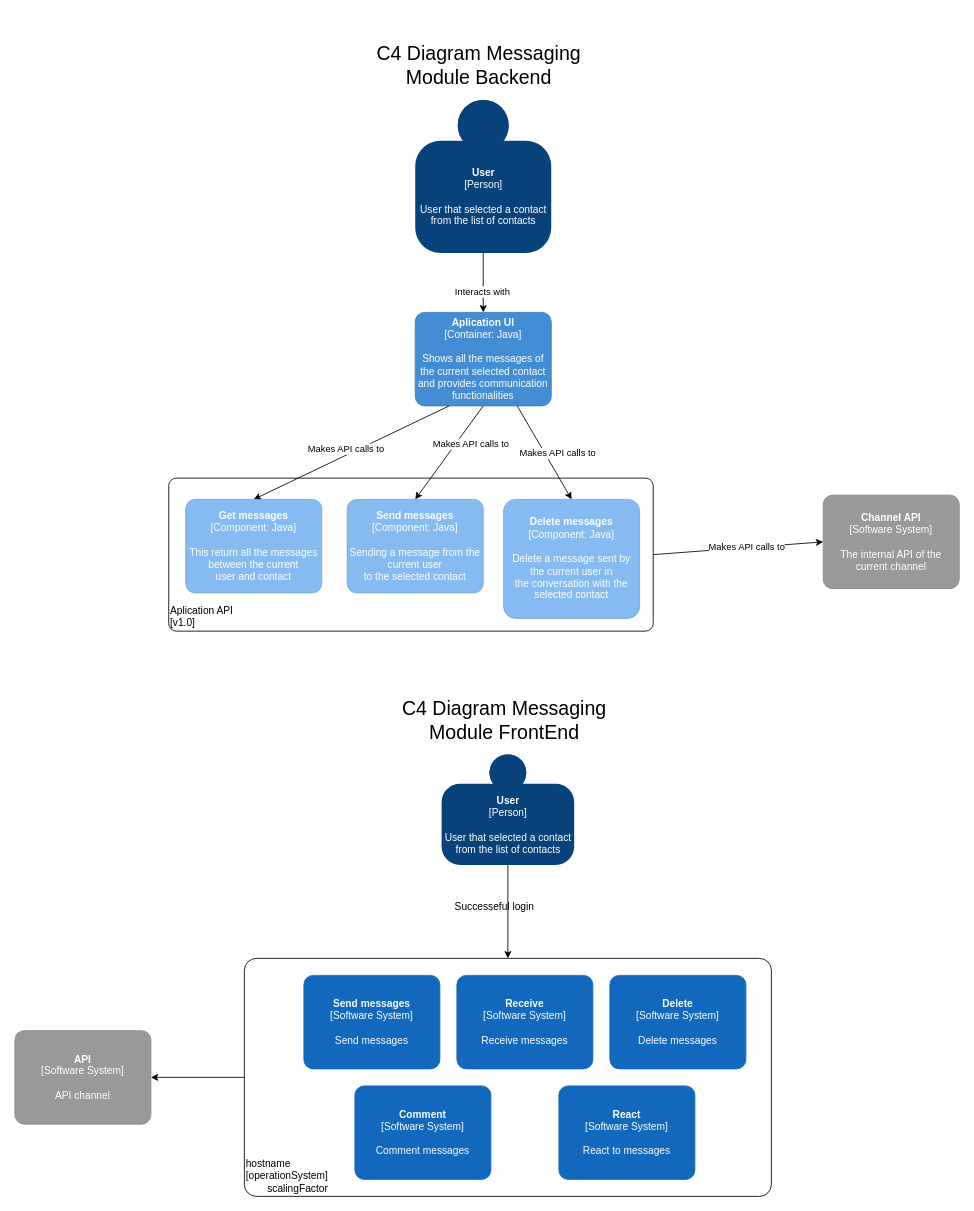
HristeaIonut/Morse-Diagrams keeps this draw.io diagram as page "Send Message Module" (3 of 4) of Diagrama_Finala_IP.drawio. Above is the earlier version. Source tidied: cells renumbered, new cells numbered last; positions are measured from the earlier drawing's top-left corner, leaving out a move shared by most shapes. Both pictures are drawn from the tidied source at 85%, with x=0, y=0 at pixel (14, 14).
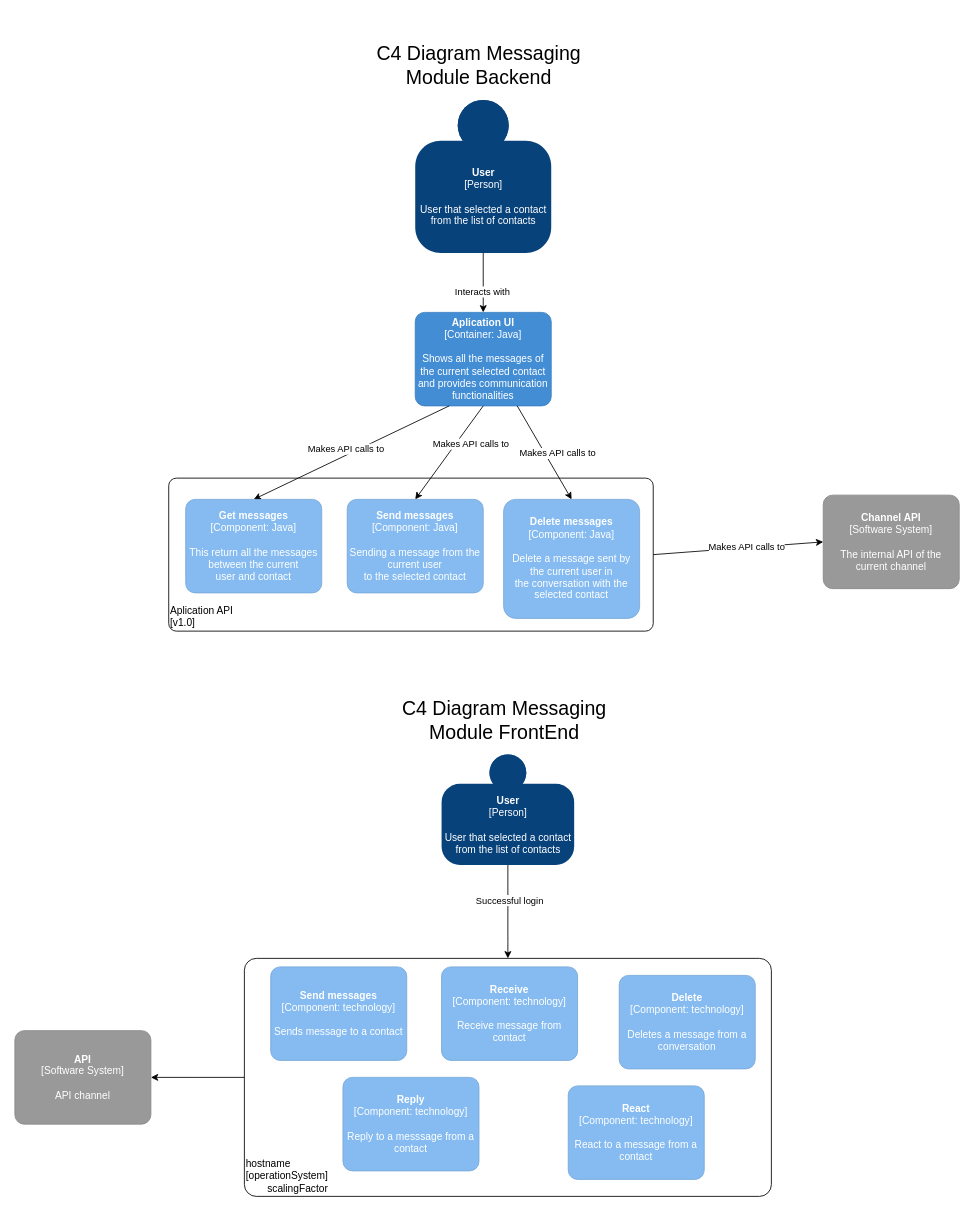
Above is the later version.

Unchanged cells that the change refers to:
```xml
<object id="22" label="&lt;b&gt;%c4Name%&lt;/b&gt;&lt;div&gt;[%c4Type%]&lt;/div&gt;&lt;br&gt;&lt;div&gt;%c4Description%&lt;/div&gt;" c4Description="User that selected a contact &#10;from the list of contacts" c4Name="User" c4Type="Person" placeholders="1">
  <mxCell style="html=1;dashed=0;whitespace=wrap;fillColor=#08427b;strokeColor=none;fontColor=#ffffff;shape=mxgraph.c4.person;align=center;points=[[0.5,0,0],[1,0.5,0],[1,0.75,0],[0.75,1,0],[0.5,1,0],[0.25,1,0],[0,0.75,0],[0,0.5,0]];metaData={&quot;c4Type&quot;:{&quot;editable&quot;:false}};" parent="1" vertex="1">
    <mxGeometry x="502" y="870" width="156" height="130" as="geometry" />
  </mxCell>
</object>
<object id="25" label="&lt;div style=&quot;text-align: left&quot;&gt;%c4Name%&lt;/div&gt;&lt;div style=&quot;text-align: left&quot;&gt;[%c4OperationSystem%]&lt;/div&gt;&lt;div style=&quot;text-align: right&quot;&gt;%c4ScalingFactor%&lt;/div&gt;" c4Name="hostname" c4OperationSystem="operationSystem" c4ScalingFactor="scalingFactor" placeholders="1">
  <mxCell style="rounded=1;whiteSpace=wrap;html=1;labelBackgroundColor=none;fillColor=#ffffff;fontColor=#000000;align=left;arcSize=5;strokeColor=#000000;verticalAlign=bottom;metaData={&quot;c4Type&quot;:{&quot;editable&quot;:false}};points=[[0.25,0,0],[0.5,0,0],[0.75,0,0],[1,0.25,0],[1,0.5,0],[1,0.75,0],[0.75,1,0],[0.5,1,0],[0.25,1,0],[0,0.75,0],[0,0.5,0],[0,0.25,0]];" parent="1" vertex="1">
    <mxGeometry x="270" y="1110" width="620" height="280" as="geometry" />
  </mxCell>
</object>
```

What changed in the source:
```diff
@@
     <mxCell id="21" style="edgeStyle=orthogonalEdgeStyle;rounded=0;jettySize=auto;html=1;" parent="1" edge="1" source="22" target="25">
-      <mxGeometry relative="1" as="geometry" />
+      <mxGeometry relative="1" as="geometry">
+        <Array as="points">
+          <mxPoint x="580" y="1090" />
+          <mxPoint x="580" y="1090" />
+        </Array>
+      </mxGeometry>
     </mxCell>
+    <mxCell id="32" value="Successful login" style="edgeLabel;html=1;align=center;verticalAlign=middle;" parent="21" vertex="1">
+      <mxGeometry x="-0.25" y="1" relative="1" as="geometry" />
+    </mxCell>
@@
-    <mxCell id="23" value="Successeful login" style="text;html=1;align=center;verticalAlign=middle;" parent="1" vertex="1">
-      <mxGeometry x="509" y="1040" width="110" height="20" as="geometry" />
-    </mxCell>
@@
-    <object id="26" label="&lt;b&gt;%c4Name%&lt;/b&gt;&lt;div&gt;[%c4Type%]&lt;/div&gt;&lt;br&gt;&lt;div&gt;%c4Description%&lt;/div&gt;" c4Description="Send messages" c4Name="Send messages" c4Type="Software System" placeholders="1">
-      <mxCell style="rounded=1;whiteSpace=wrap;html=1;labelBackgroundColor=none;fillColor=#1168BD;fontColor=#ffffff;align=center;arcSize=10;strokeColor=#1168BD;metaData={&quot;c4Type&quot;:{&quot;editable&quot;:false}};" parent="1" vertex="1">
-        <mxGeometry x="340" y="1130" width="160" height="110" as="geometry" />
-      </mxCell>
-    </object>
-    <object id="27" label="&lt;b&gt;%c4Name%&lt;/b&gt;&lt;div&gt;[%c4Type%]&lt;/div&gt;&lt;br&gt;&lt;div&gt;%c4Description%&lt;/div&gt;" c4Description="Receive messages" c4Name="Receive" c4Type="Software System" placeholders="1">
-      <mxCell style="rounded=1;whiteSpace=wrap;html=1;labelBackgroundColor=none;fillColor=#1168BD;fontColor=#ffffff;align=center;arcSize=10;strokeColor=#1168BD;metaData={&quot;c4Type&quot;:{&quot;editable&quot;:false}};" parent="1" vertex="1">
-        <mxGeometry x="520" y="1130" width="160" height="110" as="geometry" />
-      </mxCell>
-    </object>
-    <object id="28" label="&lt;b&gt;%c4Name%&lt;/b&gt;&lt;div&gt;[%c4Type%]&lt;/div&gt;&lt;br&gt;&lt;div&gt;%c4Description%&lt;/div&gt;" c4Description="Delete messages" c4Name="Delete" c4Type="Software System" placeholders="1">
-      <mxCell style="rounded=1;whiteSpace=wrap;html=1;labelBackgroundColor=none;fillColor=#1168BD;fontColor=#ffffff;align=center;arcSize=10;strokeColor=#1168BD;metaData={&quot;c4Type&quot;:{&quot;editable&quot;:false}};" parent="1" vertex="1">
-        <mxGeometry x="700" y="1130" width="160" height="110" as="geometry" />
-      </mxCell>
-    </object>
-    <object id="29" label="&lt;b&gt;%c4Name%&lt;/b&gt;&lt;div&gt;[%c4Type%]&lt;/div&gt;&lt;br&gt;&lt;div&gt;%c4Description%&lt;/div&gt;" c4Description="Comment messages" c4Name="Comment" c4Type="Software System" placeholders="1">
-      <mxCell style="rounded=1;whiteSpace=wrap;html=1;labelBackgroundColor=none;fillColor=#1168BD;fontColor=#ffffff;align=center;arcSize=10;strokeColor=#1168BD;metaData={&quot;c4Type&quot;:{&quot;editable&quot;:false}};" parent="1" vertex="1">
-        <mxGeometry x="400" y="1260" width="160" height="110" as="geometry" />
-      </mxCell>
-    </object>
-    <object id="30" label="&lt;b&gt;%c4Name%&lt;/b&gt;&lt;div&gt;[%c4Type%]&lt;/div&gt;&lt;br&gt;&lt;div&gt;%c4Description%&lt;/div&gt;" c4Description="React to messages" c4Name="React" c4Type="Software System" placeholders="1">
-      <mxCell style="rounded=1;whiteSpace=wrap;html=1;labelBackgroundColor=none;fillColor=#1168BD;fontColor=#ffffff;align=center;arcSize=10;strokeColor=#1168BD;metaData={&quot;c4Type&quot;:{&quot;editable&quot;:false}};" parent="1" vertex="1">
-        <mxGeometry x="640" y="1260" width="160" height="110" as="geometry" />
-      </mxCell>
-    </object>
@@
+    <object id="33" label="&lt;b&gt;%c4Name%&lt;/b&gt;&lt;div&gt;[%c4Type%: %c4Technology%]&lt;/div&gt;&lt;br&gt;&lt;div&gt;%c4Description%&lt;/div&gt;" c4Description="Sends message to a contact" c4Name="Send messages" c4Technology="technology" c4Type="Component" placeholders="1">
+      <mxCell style="rounded=1;whiteSpace=wrap;html=1;labelBackgroundColor=none;fillColor=#85BBF0;fontColor=#ffffff;align=center;arcSize=10;strokeColor=#78A8D8;metaData={&quot;c4Type&quot;:{&quot;editable&quot;:false}};" parent="1" vertex="1">
+        <mxGeometry x="301" y="1120" width="160" height="110" as="geometry" />
+      </mxCell>
+    </object>
+    <object id="34" label="&lt;b&gt;%c4Name%&lt;/b&gt;&lt;div&gt;[%c4Type%: %c4Technology%]&lt;/div&gt;&lt;br&gt;&lt;div&gt;%c4Description%&lt;/div&gt;" c4Description="Receive message from contact" c4Name="Receive" c4Technology="technology" c4Type="Component" placeholders="1">
+      <mxCell style="rounded=1;whiteSpace=wrap;html=1;labelBackgroundColor=none;fillColor=#85BBF0;fontColor=#ffffff;align=center;arcSize=10;strokeColor=#78A8D8;metaData={&quot;c4Type&quot;:{&quot;editable&quot;:false}};" parent="1" vertex="1">
+        <mxGeometry x="502" y="1120" width="160" height="110" as="geometry" />
+      </mxCell>
+    </object>
+    <object id="35" label="&lt;b&gt;%c4Name%&lt;/b&gt;&lt;div&gt;[%c4Type%: %c4Technology%]&lt;/div&gt;&lt;br&gt;&lt;div&gt;%c4Description%&lt;/div&gt;" c4Description="Deletes a message from a conversation" c4Name="Delete" c4Technology="technology" c4Type="Component" placeholders="1">
+      <mxCell style="rounded=1;whiteSpace=wrap;html=1;labelBackgroundColor=none;fillColor=#85BBF0;fontColor=#ffffff;align=center;arcSize=10;strokeColor=#78A8D8;metaData={&quot;c4Type&quot;:{&quot;editable&quot;:false}};" parent="1" vertex="1">
+        <mxGeometry x="711" y="1130" width="160" height="110" as="geometry" />
+      </mxCell>
+    </object>
+    <object id="36" label="&lt;b&gt;%c4Name%&lt;/b&gt;&lt;div&gt;[%c4Type%: %c4Technology%]&lt;/div&gt;&lt;br&gt;&lt;div&gt;%c4Description%&lt;/div&gt;" c4Description="Reply to a messsage from a contact" c4Name="Reply" c4Technology="technology" c4Type="Component" placeholders="1">
+      <mxCell style="rounded=1;whiteSpace=wrap;html=1;labelBackgroundColor=none;fillColor=#85BBF0;fontColor=#ffffff;align=center;arcSize=10;strokeColor=#78A8D8;metaData={&quot;c4Type&quot;:{&quot;editable&quot;:false}};" parent="1" vertex="1">
+        <mxGeometry x="386" y="1250" width="160" height="110" as="geometry" />
+      </mxCell>
+    </object>
+    <object id="37" label="&lt;b&gt;%c4Name%&lt;/b&gt;&lt;div&gt;[%c4Type%: %c4Technology%]&lt;/div&gt;&lt;br&gt;&lt;div&gt;%c4Description%&lt;/div&gt;" c4Description="React to a message from a contact" c4Name="React" c4Technology="technology" c4Type="Component" placeholders="1">
+      <mxCell style="rounded=1;whiteSpace=wrap;html=1;labelBackgroundColor=none;fillColor=#85BBF0;fontColor=#ffffff;align=center;arcSize=10;strokeColor=#78A8D8;metaData={&quot;c4Type&quot;:{&quot;editable&quot;:false}};" parent="1" vertex="1">
+        <mxGeometry x="651" y="1260" width="160" height="110" as="geometry" />
+      </mxCell>
+    </object>
```
